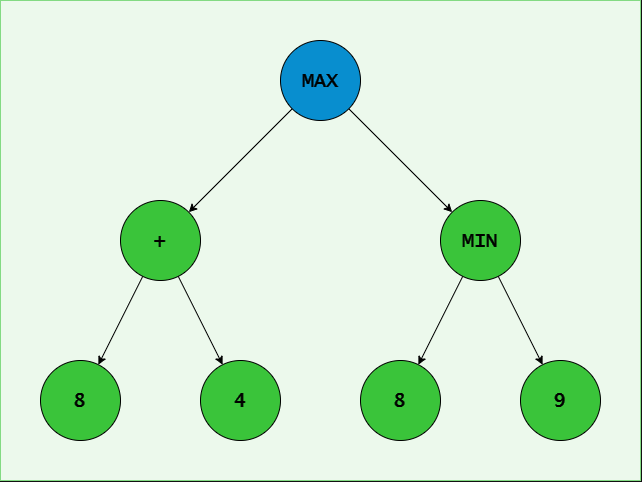
Earlier version of the draw.io export images/example.png (Joao-Lucas-de-Oliveira-Lima/binary-tree-c). Source tidied: cells renumbered, new cells last; positions are measured from the earlier drawing's top-left corner, leaving out a move shared by most shapes.
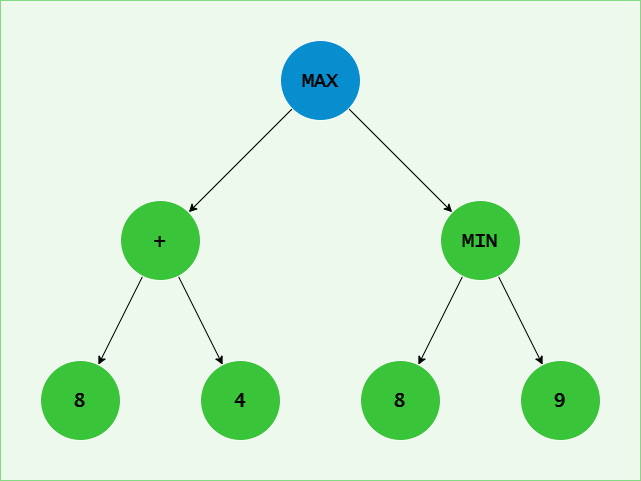
The same diagram one commit later.

The edit, as a diff of the source:
```diff
@@ -11,7 +11,7 @@
     <mxCell id="4" style="edgeStyle=none;html=1;strokeColor=#FFFFFF;" parent="1" edge="1" source="5" target="11">
       <mxGeometry relative="1" as="geometry" />
     </mxCell>
-    <mxCell id="5" value="&lt;font face=&quot;Lucida Console&quot; style=&quot;font-size: 20px;&quot;&gt;MAX&lt;/font&gt;" style="ellipse;whiteSpace=wrap;html=1;fillColor=#1ba1e2;strokeColor=#FFFFFF;fontColor=#ffffff;" parent="1" vertex="1">
+    <mxCell id="5" value="&lt;font face=&quot;Lucida Console&quot; style=&quot;font-size: 20px;&quot;&gt;MAX&lt;/font&gt;" style="ellipse;whiteSpace=wrap;html=1;fillColor=#1ba1e2;strokeColor=#000000;fontColor=#ffffff;" parent="1" vertex="1">
       <mxGeometry x="280" y="40" width="80" height="80" as="geometry" />
     </mxCell>
     <mxCell id="6" style="edgeStyle=none;html=1;strokeColor=#FFFFFF;" parent="1" edge="1" source="8" target="12">
@@ -20,7 +20,7 @@
     <mxCell id="7" style="edgeStyle=none;html=1;strokeColor=#FFFFFF;" parent="1" edge="1" source="8" target="13">
       <mxGeometry relative="1" as="geometry" />
     </mxCell>
-    <mxCell id="8" value="&lt;font face=&quot;Lucida Console&quot; style=&quot;font-size: 20px;&quot;&gt;+&lt;/font&gt;" style="ellipse;whiteSpace=wrap;html=1;fillColor=#008a00;strokeColor=#FFFFFF;fontColor=#ffffff;" parent="1" vertex="1">
+    <mxCell id="8" value="&lt;font face=&quot;Lucida Console&quot; style=&quot;font-size: 20px;&quot;&gt;+&lt;/font&gt;" style="ellipse;whiteSpace=wrap;html=1;fillColor=#008a00;strokeColor=#000000;fontColor=#ffffff;" parent="1" vertex="1">
       <mxGeometry x="120" y="200" width="80" height="80" as="geometry" />
     </mxCell>
     <mxCell id="9" style="edgeStyle=none;html=1;strokeColor=#FFFFFF;" parent="1" edge="1" source="11" target="15">
@@ -29,19 +29,19 @@
     <mxCell id="10" style="edgeStyle=none;html=1;strokeColor=#FFFFFF;" parent="1" edge="1" source="11" target="14">
       <mxGeometry relative="1" as="geometry" />
     </mxCell>
-    <mxCell id="11" value="&lt;font face=&quot;Lucida Console&quot; style=&quot;font-size: 20px;&quot;&gt;MIN&lt;/font&gt;" style="ellipse;whiteSpace=wrap;html=1;fillColor=#008a00;fontColor=#ffffff;strokeColor=#FFFFFF;" parent="1" vertex="1">
+    <mxCell id="11" value="&lt;font face=&quot;Lucida Console&quot; style=&quot;font-size: 20px;&quot;&gt;MIN&lt;/font&gt;" style="ellipse;whiteSpace=wrap;html=1;fillColor=#008a00;fontColor=#ffffff;strokeColor=#000000;" parent="1" vertex="1">
       <mxGeometry x="440" y="200" width="80" height="80" as="geometry" />
     </mxCell>
-    <mxCell id="12" value="&lt;font face=&quot;Lucida Console&quot; style=&quot;font-size: 20px;&quot;&gt;8&lt;/font&gt;" style="ellipse;whiteSpace=wrap;html=1;fillColor=#008a00;fontColor=#ffffff;strokeColor=#FFFFFF;" parent="1" vertex="1">
+    <mxCell id="12" value="&lt;font face=&quot;Lucida Console&quot; style=&quot;font-size: 20px;&quot;&gt;8&lt;/font&gt;" style="ellipse;whiteSpace=wrap;html=1;fillColor=#008a00;fontColor=#ffffff;strokeColor=#000000;" parent="1" vertex="1">
       <mxGeometry x="40" y="360" width="80" height="80" as="geometry" />
     </mxCell>
-    <mxCell id="13" value="&lt;font face=&quot;Lucida Console&quot; style=&quot;font-size: 20px;&quot;&gt;4&lt;/font&gt;" style="ellipse;whiteSpace=wrap;html=1;fillColor=#008a00;fontColor=#ffffff;strokeColor=#FFFFFF;" parent="1" vertex="1">
+    <mxCell id="13" value="&lt;font face=&quot;Lucida Console&quot; style=&quot;font-size: 20px;&quot;&gt;4&lt;/font&gt;" style="ellipse;whiteSpace=wrap;html=1;fillColor=#008a00;fontColor=#ffffff;strokeColor=#000000;" parent="1" vertex="1">
       <mxGeometry x="200" y="360" width="80" height="80" as="geometry" />
     </mxCell>
-    <mxCell id="14" value="&lt;font face=&quot;Lucida Console&quot; style=&quot;font-size: 20px;&quot;&gt;8&lt;/font&gt;" style="ellipse;whiteSpace=wrap;html=1;fillColor=#008a00;fontColor=#ffffff;strokeColor=#FFFFFF;" parent="1" vertex="1">
+    <mxCell id="14" value="&lt;font face=&quot;Lucida Console&quot; style=&quot;font-size: 20px;&quot;&gt;8&lt;/font&gt;" style="ellipse;whiteSpace=wrap;html=1;fillColor=#008a00;fontColor=#ffffff;strokeColor=#000000;" parent="1" vertex="1">
       <mxGeometry x="360" y="360" width="80" height="80" as="geometry" />
     </mxCell>
-    <mxCell id="15" value="&lt;font face=&quot;Lucida Console&quot; style=&quot;font-size: 20px;&quot;&gt;9&lt;/font&gt;" style="ellipse;whiteSpace=wrap;html=1;fillColor=#008a00;fontColor=#ffffff;strokeColor=#FFFFFF;" parent="1" vertex="1">
+    <mxCell id="15" value="&lt;font face=&quot;Lucida Console&quot; style=&quot;font-size: 20px;&quot;&gt;9&lt;/font&gt;" style="ellipse;whiteSpace=wrap;html=1;fillColor=#008a00;fontColor=#ffffff;strokeColor=#000000;" parent="1" vertex="1">
       <mxGeometry x="520" y="360" width="80" height="80" as="geometry" />
     </mxCell>
   </root>
```
